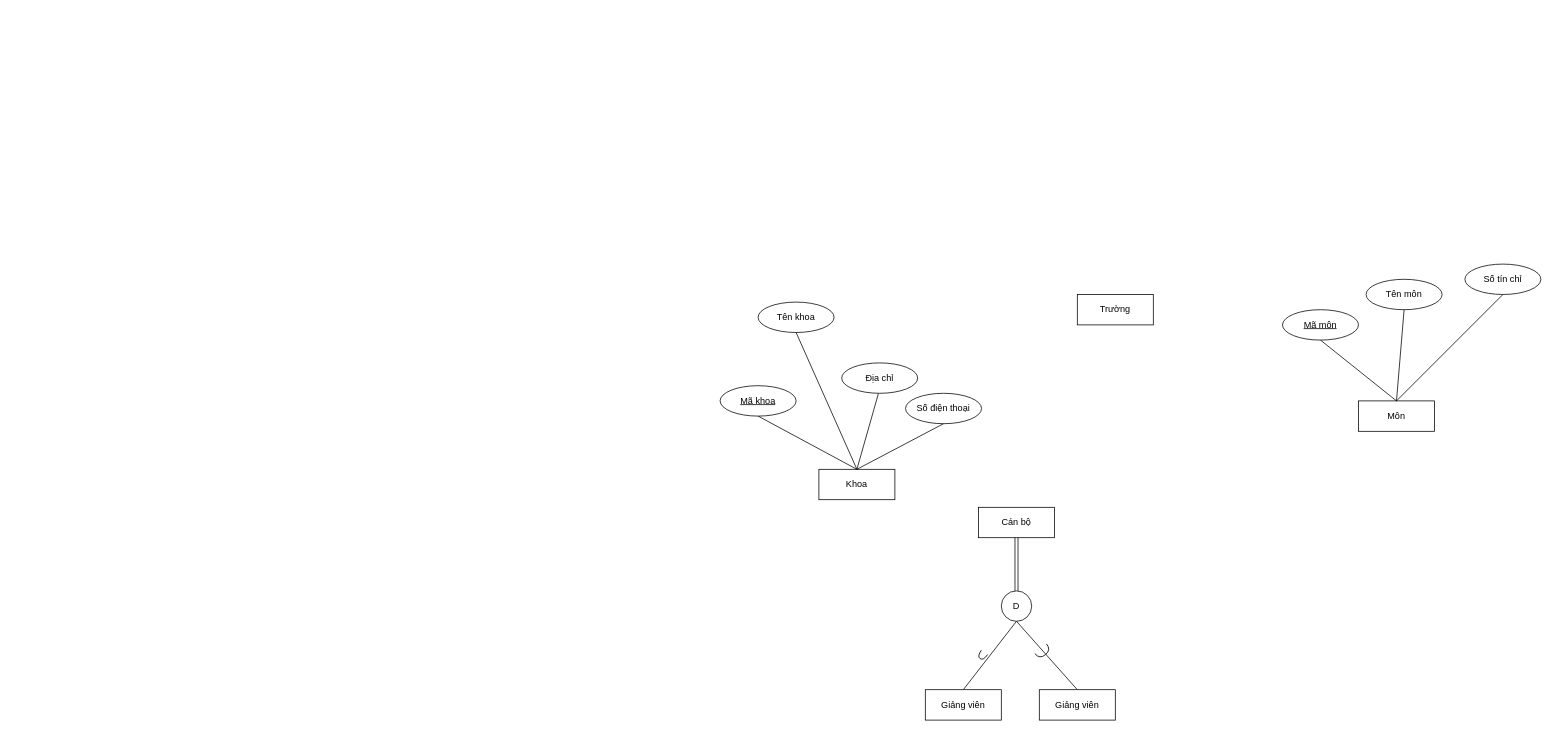
The draw.io diagram csdl2-2.drawio in mzuyyy/Practice, before the edit. Source tidied: cells renumbered, new cells numbered last; positions are measured from the earlier drawing's top-left corner, leaving out a move shared by most shapes. Both pictures are drawn from the tidied source at 76%, with x=0, y=0 at pixel (720, 264).
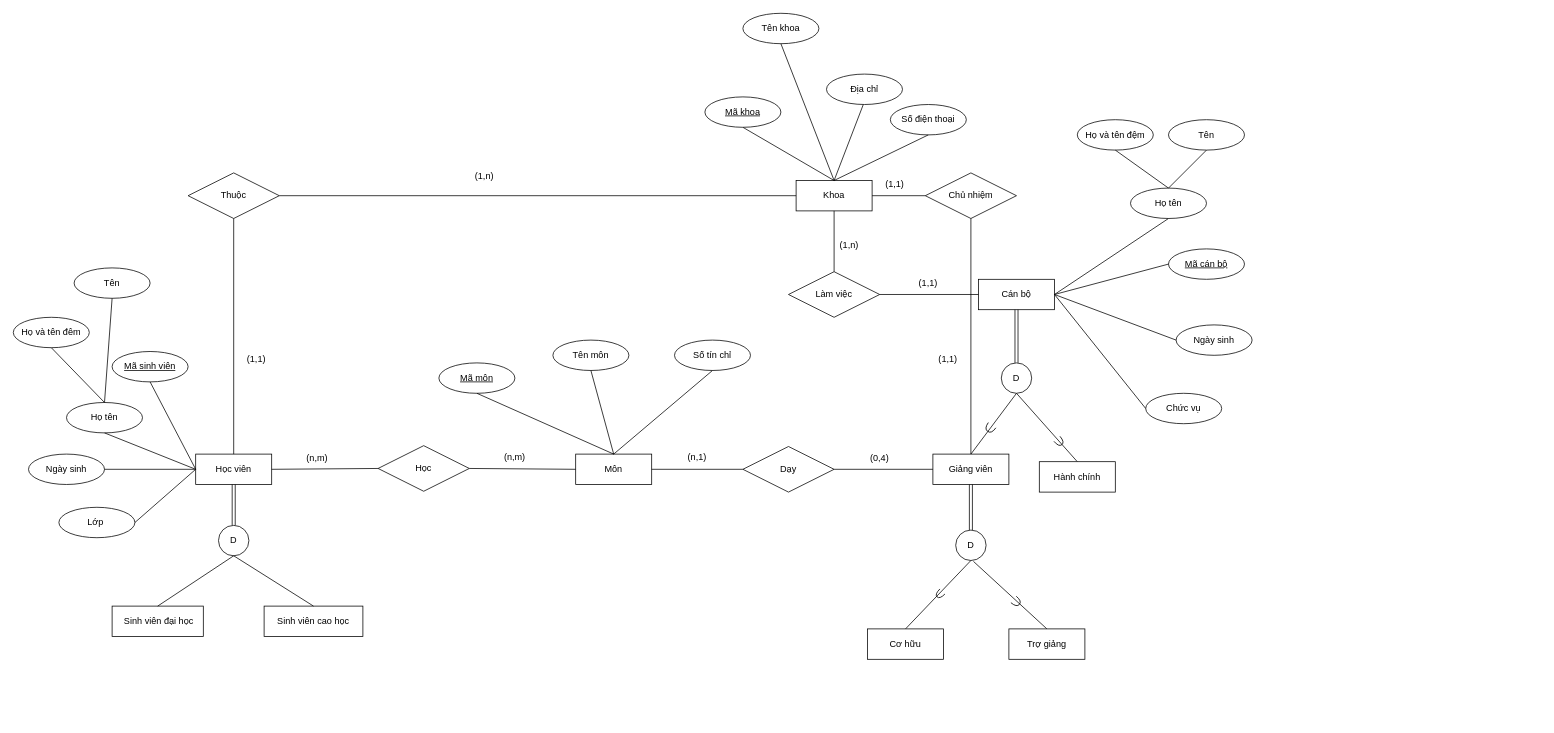
After the change.

Commit message:
Cập nhật csdl2-2.drawio

What changed in the source:
```diff
@@
     <mxCell id="2" value="Khoa" style="whiteSpace=wrap;html=1;align=center;" parent="1" vertex="1">
-      <mxGeometry x="130" y="270" width="100" height="40" as="geometry" />
+      <mxGeometry x="100" y="-110" width="100" height="40" as="geometry" />
     </mxCell>
@@
-    <mxCell id="4" value="Trường" style="whiteSpace=wrap;html=1;align=center;" parent="1" vertex="1">
-      <mxGeometry x="470" y="40" width="100" height="40" as="geometry" />
-    </mxCell>
     <mxCell id="5" value="Mã khoa" style="ellipse;whiteSpace=wrap;html=1;align=center;fontStyle=4;" parent="1" vertex="1">
-      <mxGeometry y="160" width="100" height="40" as="geometry" />
+      <mxGeometry x="-20" y="-220" width="100" height="40" as="geometry" />
     </mxCell>
     <mxCell id="6" value="Tên khoa" style="ellipse;whiteSpace=wrap;html=1;align=center;" parent="1" vertex="1">
-      <mxGeometry x="50" y="50" width="100" height="40" as="geometry" />
+      <mxGeometry x="30" y="-330" width="100" height="40" as="geometry" />
     </mxCell>
@@
     <mxCell id="8" value="Địa chỉ" style="ellipse;whiteSpace=wrap;html=1;align=center;" parent="1" vertex="1">
-      <mxGeometry x="160" y="130" width="100" height="40" as="geometry" />
+      <mxGeometry x="140" y="-250" width="100" height="40" as="geometry" />
     </mxCell>
     <mxCell id="9" value="Số điện thoại" style="ellipse;whiteSpace=wrap;html=1;align=center;" parent="1" vertex="1">
-      <mxGeometry x="244" y="170" width="100" height="40" as="geometry" />
+      <mxGeometry x="224" y="-210" width="100" height="40" as="geometry" />
     </mxCell>
@@
     <mxCell id="12" value="Môn" style="whiteSpace=wrap;html=1;align=center;" parent="1" vertex="1">
-      <mxGeometry x="840" y="180" width="100" height="40" as="geometry" />
+      <mxGeometry x="-190" y="250" width="100" height="40" as="geometry" />
     </mxCell>
     <mxCell id="13" value="Mã môn" style="ellipse;whiteSpace=wrap;html=1;align=center;fontStyle=4;" parent="1" vertex="1">
-      <mxGeometry x="740" y="60" width="100" height="40" as="geometry" />
+      <mxGeometry x="-370" y="130" width="100" height="40" as="geometry" />
     </mxCell>
@@
     <mxCell id="15" value="Tên môn" style="ellipse;whiteSpace=wrap;html=1;align=center;" parent="1" vertex="1">
-      <mxGeometry x="850" y="20" width="100" height="40" as="geometry" />
+      <mxGeometry x="-220" y="100" width="100" height="40" as="geometry" />
     </mxCell>
@@
     <mxCell id="17" value="Số tín chỉ" style="ellipse;whiteSpace=wrap;html=1;align=center;" parent="1" vertex="1">
-      <mxGeometry x="980" width="100" height="40" as="geometry" />
+      <mxGeometry x="-60" y="100" width="100" height="40" as="geometry" />
     </mxCell>
@@
     <mxCell id="19" value="Cán bộ" style="whiteSpace=wrap;html=1;align=center;" parent="1" vertex="1">
-      <mxGeometry x="340" y="320" width="100" height="40" as="geometry" />
+      <mxGeometry x="340" y="20" width="100" height="40" as="geometry" />
     </mxCell>
@@
     <mxCell id="21" value="D" style="ellipse;whiteSpace=wrap;html=1;align=center;" parent="1" vertex="1">
-      <mxGeometry x="370" y="430" width="40" height="40" as="geometry" />
+      <mxGeometry x="370" y="130" width="40" height="40" as="geometry" />
     </mxCell>
@@
     <mxCell id="23" style="shape=requiredInterface;html=1;verticalLabelPosition=bottom;sketch=0;rotation=125;" parent="1" vertex="1">
-      <mxGeometry x="340" y="510" width="10" height="10" as="geometry" />
+      <mxGeometry x="350" y="210" width="10" height="12.1" as="geometry" />
     </mxCell>
@@
     <mxCell id="25" style="shape=requiredInterface;html=1;verticalLabelPosition=bottom;sketch=0;rotation=50;" parent="1" vertex="1">
-      <mxGeometry x="420" y="500" width="10" height="20" as="geometry" />
+      <mxGeometry x="441.5" y="228.6" width="10" height="10.3" as="geometry" />
     </mxCell>
     <mxCell id="26" value="Giảng viên" style="whiteSpace=wrap;html=1;align=center;" parent="1" vertex="1">
-      <mxGeometry x="270" y="560" width="100" height="40" as="geometry" />
+      <mxGeometry x="280" y="250" width="100" height="40" as="geometry" />
     </mxCell>
-    <mxCell id="27" value="Giảng viên" style="whiteSpace=wrap;html=1;align=center;" parent="1" vertex="1">
-      <mxGeometry x="420" y="560" width="100" height="40" as="geometry" />
+    <mxCell id="27" value="Hành chính" style="whiteSpace=wrap;html=1;align=center;" parent="1" vertex="1">
+      <mxGeometry x="420" y="260" width="100" height="40" as="geometry" />
     </mxCell>
+    <mxCell id="28" style="shape=link;html=1;rounded=0;entryX=0.5;entryY=1;entryDx=0;entryDy=0;exitX=0.5;exitY=0;exitDx=0;exitDy=0;" parent="1" edge="1" source="29" target="26">
+      <mxGeometry relative="1" as="geometry" />
+    </mxCell>
+    <mxCell id="29" value="D" style="ellipse;whiteSpace=wrap;html=1;align=center;" parent="1" vertex="1">
+      <mxGeometry x="310" y="350" width="40" height="40" as="geometry" />
+    </mxCell>
+    <mxCell id="30" style="endArrow=none;html=1;rounded=0;exitX=0.583;exitY=1.029;exitDx=0;exitDy=0;exitPerimeter=0;entryX=0.5;entryY=0;entryDx=0;entryDy=0;" parent="1" edge="1" source="29" target="33">
+      <mxGeometry relative="1" as="geometry" />
+    </mxCell>
+    <mxCell id="31" style="endArrow=none;html=1;rounded=0;entryX=0.5;entryY=1;entryDx=0;entryDy=0;exitX=0.5;exitY=0;exitDx=0;exitDy=0;" parent="1" edge="1" source="32" target="29">
+      <mxGeometry relative="1" as="geometry" />
+    </mxCell>
+    <mxCell id="32" value="Cơ hữu" style="whiteSpace=wrap;html=1;align=center;" parent="1" vertex="1">
+      <mxGeometry x="194" y="480" width="100" height="40" as="geometry" />
+    </mxCell>
+    <mxCell id="33" value="Trợ giảng" style="whiteSpace=wrap;html=1;align=center;" parent="1" vertex="1">
+      <mxGeometry x="380" y="480" width="100" height="40" as="geometry" />
+    </mxCell>
+    <mxCell id="34" style="shape=requiredInterface;html=1;verticalLabelPosition=bottom;sketch=0;rotation=-225;" parent="1" vertex="1">
+      <mxGeometry x="284" y="429.6" width="10" height="9.4" as="geometry" />
+    </mxCell>
+    <mxCell id="35" style="shape=requiredInterface;html=1;verticalLabelPosition=bottom;sketch=0;rotation=40;" parent="1" vertex="1">
+      <mxGeometry x="385" y="439" width="10" height="11" as="geometry" />
+    </mxCell>
+    <mxCell id="36" value="Làm việc" style="shape=rhombus;perimeter=rhombusPerimeter;whiteSpace=wrap;html=1;align=center;" parent="1" vertex="1">
+      <mxGeometry x="90" y="10" width="120" height="60" as="geometry" />
+    </mxCell>
+    <mxCell id="37" style="endArrow=none;html=1;rounded=0;entryX=0;entryY=0.5;entryDx=0;entryDy=0;exitX=1;exitY=0.5;exitDx=0;exitDy=0;" parent="1" edge="1" source="36" target="19">
+      <mxGeometry relative="1" as="geometry" />
+    </mxCell>
+    <mxCell id="38" style="endArrow=none;html=1;rounded=0;exitX=0.5;exitY=1;exitDx=0;exitDy=0;entryX=0.5;entryY=0;entryDx=0;entryDy=0;" parent="1" edge="1" source="2" target="36">
+      <mxGeometry relative="1" as="geometry" />
+    </mxCell>
+    <mxCell id="39" value="(1,1)" style="text;html=1;strokeColor=none;fillColor=none;align=center;verticalAlign=middle;whiteSpace=wrap;rounded=0;" parent="1" vertex="1">
+      <mxGeometry x="244" y="10" width="60" height="30" as="geometry" />
+    </mxCell>
+    <mxCell id="40" value="(1,n)" style="text;html=1;strokeColor=none;fillColor=none;align=center;verticalAlign=middle;whiteSpace=wrap;rounded=0;rotation=0;" parent="1" vertex="1">
+      <mxGeometry x="140" y="-40" width="60" height="30" as="geometry" />
+    </mxCell>
+    <mxCell id="41" value="Dạy" style="shape=rhombus;perimeter=rhombusPerimeter;whiteSpace=wrap;html=1;align=center;" parent="1" vertex="1">
+      <mxGeometry x="30" y="240" width="120" height="60" as="geometry" />
+    </mxCell>
+    <mxCell id="42" style="endArrow=none;html=1;rounded=0;exitX=1;exitY=0.5;exitDx=0;exitDy=0;entryX=0;entryY=0.5;entryDx=0;entryDy=0;" parent="1" edge="1" source="12" target="41">
+      <mxGeometry relative="1" as="geometry" />
+    </mxCell>
+    <mxCell id="43" style="endArrow=none;html=1;rounded=0;entryX=0;entryY=0.5;entryDx=0;entryDy=0;exitX=1;exitY=0.5;exitDx=0;exitDy=0;" parent="1" edge="1" source="41" target="26">
+      <mxGeometry relative="1" as="geometry" />
+    </mxCell>
+    <mxCell id="44" value="(0,4)" style="text;html=1;strokeColor=none;fillColor=none;align=center;verticalAlign=middle;whiteSpace=wrap;rounded=0;" parent="1" vertex="1">
+      <mxGeometry x="180" y="240" width="60" height="30" as="geometry" />
+    </mxCell>
+    <mxCell id="45" value="Học viên" style="whiteSpace=wrap;html=1;align=center;" parent="1" vertex="1">
+      <mxGeometry x="-690" y="250" width="100" height="40" as="geometry" />
+    </mxCell>
+    <mxCell id="46" value="&amp;nbsp;Sinh viên đại học" style="whiteSpace=wrap;html=1;align=center;" parent="1" vertex="1">
+      <mxGeometry x="-800" y="450" width="120" height="40" as="geometry" />
+    </mxCell>
+    <mxCell id="47" value="Sinh viên cao học" style="whiteSpace=wrap;html=1;align=center;" parent="1" vertex="1">
+      <mxGeometry x="-600" y="450" width="130" height="40" as="geometry" />
+    </mxCell>
+    <mxCell id="48" style="shape=link;html=1;rounded=0;exitX=0.5;exitY=1;exitDx=0;exitDy=0;entryX=0.5;entryY=0;entryDx=0;entryDy=0;" parent="1" edge="1" source="45" target="49">
+      <mxGeometry relative="1" as="geometry" />
+    </mxCell>
+    <mxCell id="49" value="D" style="ellipse;whiteSpace=wrap;html=1;align=center;" parent="1" vertex="1">
+      <mxGeometry x="-660" y="343.8" width="40" height="40" as="geometry" />
+    </mxCell>
+    <mxCell id="50" style="endArrow=none;html=1;rounded=0;exitX=0.5;exitY=0;exitDx=0;exitDy=0;entryX=0.5;entryY=1;entryDx=0;entryDy=0;" parent="1" edge="1" source="46" target="49">
+      <mxGeometry relative="1" as="geometry" />
+    </mxCell>
+    <mxCell id="51" style="endArrow=none;html=1;rounded=0;exitX=0.5;exitY=1;exitDx=0;exitDy=0;entryX=0.5;entryY=0;entryDx=0;entryDy=0;" parent="1" edge="1" source="49" target="47">
+      <mxGeometry relative="1" as="geometry" />
+    </mxCell>
+    <mxCell id="52" value="Học" style="shape=rhombus;perimeter=rhombusPerimeter;whiteSpace=wrap;html=1;align=center;" parent="1" vertex="1">
+      <mxGeometry x="-450" y="238.9" width="120" height="60" as="geometry" />
+    </mxCell>
+    <mxCell id="53" style="endArrow=none;html=1;rounded=0;exitX=1;exitY=0.5;exitDx=0;exitDy=0;entryX=0;entryY=0.5;entryDx=0;entryDy=0;" parent="1" edge="1" source="45" target="52">
+      <mxGeometry relative="1" as="geometry" />
+    </mxCell>
+    <mxCell id="54" style="endArrow=none;html=1;rounded=0;entryX=0;entryY=0.5;entryDx=0;entryDy=0;exitX=1;exitY=0.5;exitDx=0;exitDy=0;" parent="1" edge="1" source="52" target="12">
+      <mxGeometry relative="1" as="geometry" />
+    </mxCell>
+    <mxCell id="55" value="(n,m)" style="text;html=1;strokeColor=none;fillColor=none;align=center;verticalAlign=middle;whiteSpace=wrap;rounded=0;" parent="1" vertex="1">
+      <mxGeometry x="-560" y="240" width="60" height="30" as="geometry" />
+    </mxCell>
+    <mxCell id="56" value="(n,m)" style="text;html=1;strokeColor=none;fillColor=none;align=center;verticalAlign=middle;whiteSpace=wrap;rounded=0;" parent="1" vertex="1">
+      <mxGeometry x="-300" y="238.9" width="60" height="30" as="geometry" />
+    </mxCell>
+    <mxCell id="57" value="Thuộc" style="shape=rhombus;perimeter=rhombusPerimeter;whiteSpace=wrap;html=1;align=center;" parent="1" vertex="1">
+      <mxGeometry x="-700" y="-120" width="120" height="60" as="geometry" />
+    </mxCell>
+    <mxCell id="58" style="endArrow=none;html=1;rounded=0;entryX=0;entryY=0.5;entryDx=0;entryDy=0;exitX=1;exitY=0.5;exitDx=0;exitDy=0;" parent="1" edge="1" source="57" target="2">
+      <mxGeometry relative="1" as="geometry" />
+    </mxCell>
+    <mxCell id="59" style="endArrow=none;html=1;rounded=0;exitX=0.5;exitY=1;exitDx=0;exitDy=0;entryX=0.5;entryY=0;entryDx=0;entryDy=0;" parent="1" edge="1" source="57" target="45">
+      <mxGeometry relative="1" as="geometry" />
+    </mxCell>
+    <mxCell id="60" value="(1,1)" style="text;html=1;strokeColor=none;fillColor=none;align=center;verticalAlign=middle;whiteSpace=wrap;rounded=0;" parent="1" vertex="1">
+      <mxGeometry x="-640" y="110" width="60" height="30" as="geometry" />
+    </mxCell>
+    <mxCell id="61" value="(1,n)" style="text;html=1;strokeColor=none;fillColor=none;align=center;verticalAlign=middle;whiteSpace=wrap;rounded=0;" parent="1" vertex="1">
+      <mxGeometry x="-340" y="-130" width="60" height="30" as="geometry" />
+    </mxCell>
+    <mxCell id="62" value="Chủ nhiệm" style="shape=rhombus;perimeter=rhombusPerimeter;whiteSpace=wrap;html=1;align=center;" parent="1" vertex="1">
+      <mxGeometry x="270" y="-120" width="120" height="60" as="geometry" />
+    </mxCell>
+    <mxCell id="63" style="endArrow=none;html=1;rounded=0;exitX=0.5;exitY=1;exitDx=0;exitDy=0;entryX=0.5;entryY=0;entryDx=0;entryDy=0;" parent="1" edge="1" source="62" target="26">
+      <mxGeometry relative="1" as="geometry" />
+    </mxCell>
+    <mxCell id="64" style="endArrow=none;html=1;rounded=0;exitX=0;exitY=0.5;exitDx=0;exitDy=0;entryX=1;entryY=0.5;entryDx=0;entryDy=0;entryPerimeter=0;" parent="1" edge="1" source="62" target="2">
+      <mxGeometry relative="1" as="geometry" />
+    </mxCell>
+    <mxCell id="65" value="(1,1)" style="text;html=1;strokeColor=none;fillColor=none;align=center;verticalAlign=middle;whiteSpace=wrap;rounded=0;" parent="1" vertex="1">
+      <mxGeometry x="200" y="-120" width="60" height="30" as="geometry" />
+    </mxCell>
+    <mxCell id="66" value="(n,1)" style="text;html=1;strokeColor=none;fillColor=none;align=center;verticalAlign=middle;whiteSpace=wrap;rounded=0;" parent="1" vertex="1">
+      <mxGeometry x="-60" y="238.9" width="60" height="30" as="geometry" />
+    </mxCell>
+    <mxCell id="67" value="(1,1)" style="text;html=1;strokeColor=none;fillColor=none;align=center;verticalAlign=middle;whiteSpace=wrap;rounded=0;" parent="1" vertex="1">
+      <mxGeometry x="270" y="110" width="60" height="30" as="geometry" />
+    </mxCell>
+    <mxCell id="68" value="Mã cán bộ" style="ellipse;whiteSpace=wrap;html=1;align=center;fontStyle=4;" parent="1" vertex="1">
+      <mxGeometry x="590" y="-20" width="100" height="40" as="geometry" />
+    </mxCell>
+    <mxCell id="69" style="endArrow=none;html=1;rounded=0;entryX=1;entryY=0.5;entryDx=0;entryDy=0;exitX=0;exitY=0.5;exitDx=0;exitDy=0;" parent="1" edge="1" source="68" target="19">
+      <mxGeometry relative="1" as="geometry" />
+    </mxCell>
+    <mxCell id="70" value="Họ tên" style="ellipse;whiteSpace=wrap;html=1;align=center;" parent="1" vertex="1">
+      <mxGeometry x="540" y="-100" width="100" height="40" as="geometry" />
+    </mxCell>
+    <mxCell id="71" style="endArrow=none;html=1;rounded=0;entryX=0.5;entryY=1;entryDx=0;entryDy=0;exitX=1;exitY=0.5;exitDx=0;exitDy=0;" parent="1" edge="1" source="19" target="70">
+      <mxGeometry relative="1" as="geometry" />
+    </mxCell>
+    <mxCell id="72" style="endArrow=none;html=1;rounded=0;exitX=1;exitY=0.5;exitDx=0;exitDy=0;entryX=0;entryY=0.5;entryDx=0;entryDy=0;" parent="1" edge="1" source="19" target="73">
+      <mxGeometry relative="1" as="geometry" />
+    </mxCell>
+    <mxCell id="73" value="Ngày sinh" style="ellipse;whiteSpace=wrap;html=1;align=center;" parent="1" vertex="1">
+      <mxGeometry x="600" y="80" width="100" height="40" as="geometry" />
+    </mxCell>
+    <mxCell id="74" value="Chức vụ" style="ellipse;whiteSpace=wrap;html=1;align=center;" parent="1" vertex="1">
+      <mxGeometry x="560" y="170" width="100" height="40" as="geometry" />
+    </mxCell>
+    <mxCell id="75" style="endArrow=none;html=1;rounded=0;exitX=1;exitY=0.5;exitDx=0;exitDy=0;entryX=0;entryY=0.5;entryDx=0;entryDy=0;" parent="1" edge="1" source="19" target="74">
+      <mxGeometry relative="1" as="geometry" />
+    </mxCell>
+    <mxCell id="76" value="Mã sinh viên" style="ellipse;whiteSpace=wrap;html=1;align=center;fontStyle=4;" parent="1" vertex="1">
+      <mxGeometry x="-800" y="115" width="100" height="40" as="geometry" />
+    </mxCell>
+    <mxCell id="77" value="Họ tên" style="ellipse;whiteSpace=wrap;html=1;align=center;" parent="1" vertex="1">
+      <mxGeometry x="-860" y="182.1" width="100" height="40" as="geometry" />
+    </mxCell>
+    <mxCell id="78" value="Ngày sinh" style="ellipse;whiteSpace=wrap;html=1;align=center;" parent="1" vertex="1">
+      <mxGeometry x="-910" y="250" width="100" height="40" as="geometry" />
+    </mxCell>
+    <mxCell id="79" value="Lớp&amp;nbsp;" style="ellipse;whiteSpace=wrap;html=1;align=center;" parent="1" vertex="1">
+      <mxGeometry x="-870" y="320" width="100" height="40" as="geometry" />
+    </mxCell>
+    <mxCell id="80" style="endArrow=none;html=1;rounded=0;exitX=0.5;exitY=1;exitDx=0;exitDy=0;entryX=0;entryY=0.5;entryDx=0;entryDy=0;" parent="1" edge="1" source="76" target="45">
+      <mxGeometry relative="1" as="geometry" />
+    </mxCell>
+    <mxCell id="81" style="endArrow=none;html=1;rounded=0;exitX=0.5;exitY=1;exitDx=0;exitDy=0;entryX=0;entryY=0.5;entryDx=0;entryDy=0;" parent="1" edge="1" source="77" target="45">
+      <mxGeometry relative="1" as="geometry" />
+    </mxCell>
+    <mxCell id="82" style="endArrow=none;html=1;rounded=0;exitX=1;exitY=0.5;exitDx=0;exitDy=0;entryX=0;entryY=0.5;entryDx=0;entryDy=0;" parent="1" edge="1" source="78" target="45">
+      <mxGeometry relative="1" as="geometry" />
+    </mxCell>
+    <mxCell id="83" style="endArrow=none;html=1;rounded=0;exitX=1;exitY=0.5;exitDx=0;exitDy=0;entryX=0;entryY=0.5;entryDx=0;entryDy=0;" parent="1" edge="1" source="79" target="45">
+      <mxGeometry relative="1" as="geometry" />
+    </mxCell>
+    <mxCell id="84" value="Họ và tên đêm" style="ellipse;whiteSpace=wrap;html=1;align=center;" parent="1" vertex="1">
+      <mxGeometry x="-930" y="70" width="100" height="40" as="geometry" />
+    </mxCell>
+    <mxCell id="85" style="endArrow=none;html=1;rounded=0;exitX=0.5;exitY=1;exitDx=0;exitDy=0;entryX=0.5;entryY=0;entryDx=0;entryDy=0;" parent="1" edge="1" source="84" target="77">
+      <mxGeometry relative="1" as="geometry" />
+    </mxCell>
+    <mxCell id="86" value="Tên" style="ellipse;whiteSpace=wrap;html=1;align=center;" parent="1" vertex="1">
+      <mxGeometry x="-850" y="5" width="100" height="40" as="geometry" />
+    </mxCell>
+    <mxCell id="87" style="endArrow=none;html=1;rounded=0;exitX=0.5;exitY=1;exitDx=0;exitDy=0;entryX=0.5;entryY=0;entryDx=0;entryDy=0;" parent="1" edge="1" source="86" target="77">
+      <mxGeometry relative="1" as="geometry" />
+    </mxCell>
+    <mxCell id="88" value="Họ và tên đệm" style="ellipse;whiteSpace=wrap;html=1;align=center;" parent="1" vertex="1">
+      <mxGeometry x="470" y="-190" width="100" height="40" as="geometry" />
+    </mxCell>
+    <mxCell id="89" value="Tên" style="ellipse;whiteSpace=wrap;html=1;align=center;" parent="1" vertex="1">
+      <mxGeometry x="590" y="-190" width="100" height="40" as="geometry" />
+    </mxCell>
+    <mxCell id="90" style="endArrow=none;html=1;rounded=0;exitX=0.5;exitY=1;exitDx=0;exitDy=0;entryX=0.5;entryY=0;entryDx=0;entryDy=0;" parent="1" edge="1" source="88" target="70">
+      <mxGeometry relative="1" as="geometry" />
+    </mxCell>
+    <mxCell id="91" style="endArrow=none;html=1;rounded=0;exitX=0.5;exitY=0;exitDx=0;exitDy=0;entryX=0.5;entryY=1;entryDx=0;entryDy=0;" parent="1" edge="1" source="70" target="89">
+      <mxGeometry relative="1" as="geometry" />
+    </mxCell>
```
